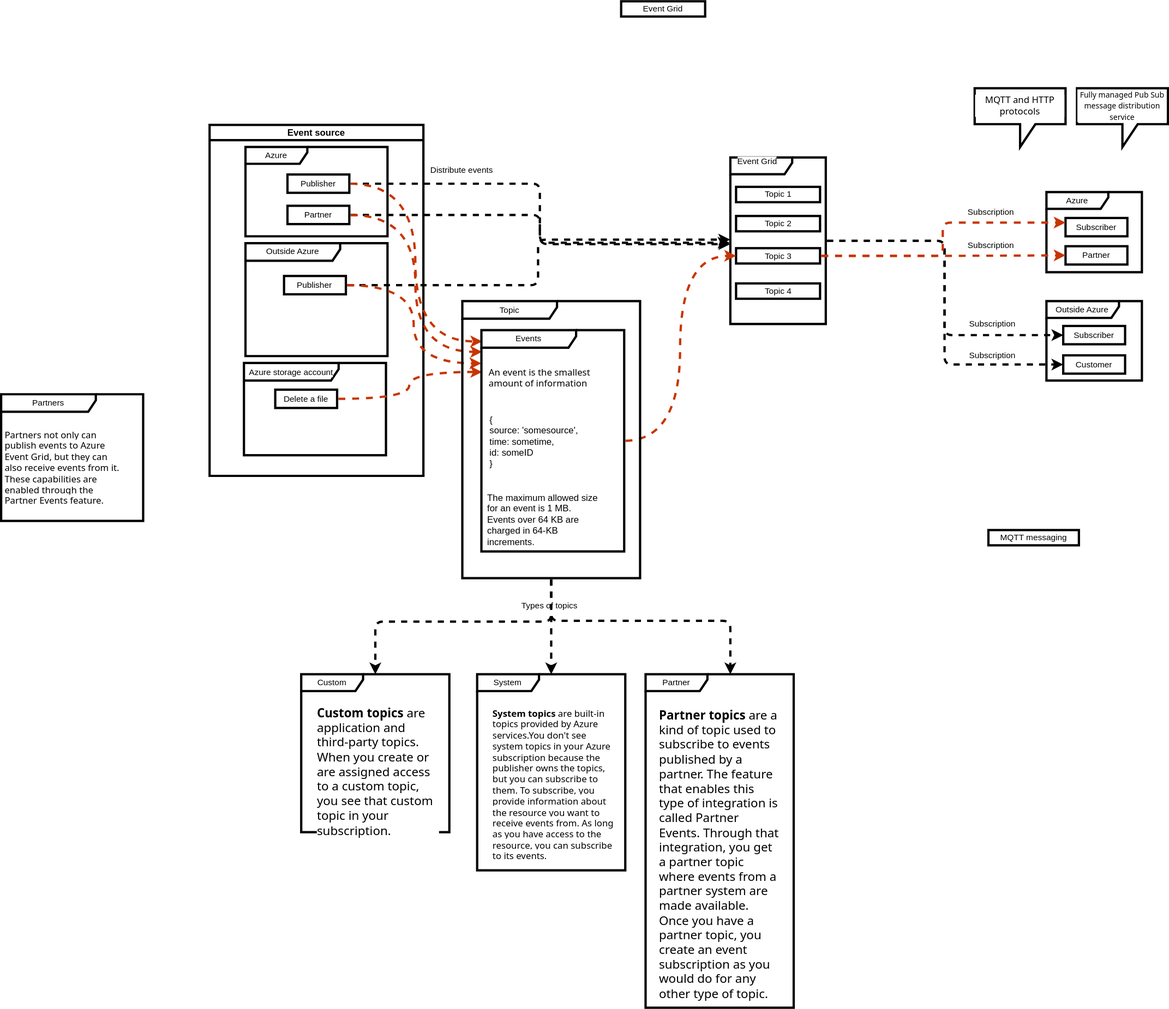
The draw.io diagram azure/fundamentals/event-grid.drawio.svg in sunnybharne/draw.io, before a commit. Source tidied: cells renumbered, new cells last; positions are measured from the earlier drawing's top-left corner, leaving out a move shared by most shapes.
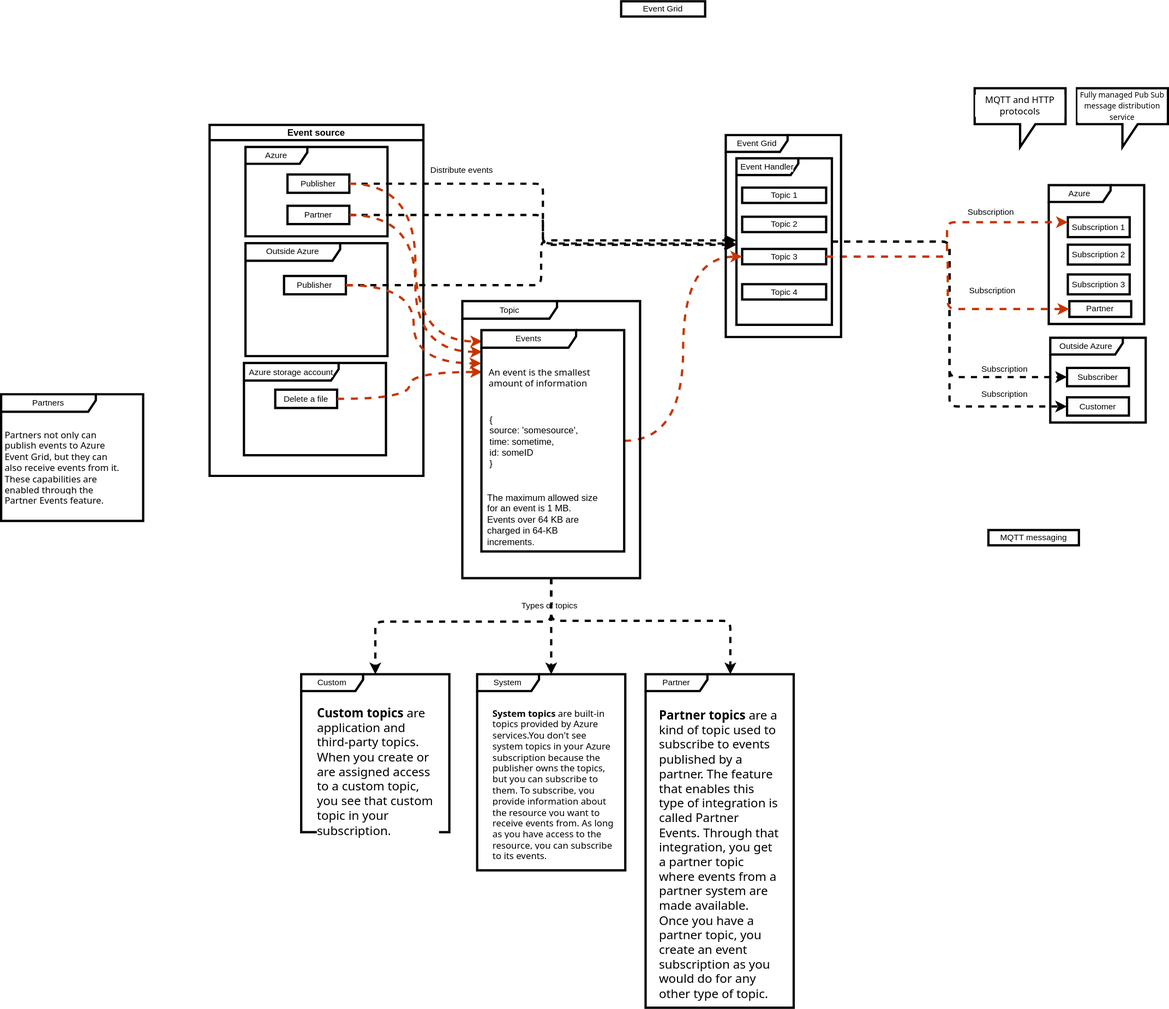
Later version of the same file.

The edit, as a diff of the source:
```diff
@@ -66,14 +66,11 @@
       <mxGeometry x="86" y="347" width="81" height="24" as="geometry" />
     </mxCell>
     <mxCell id="23" style="group;" parent="1" vertex="1">
-      <mxGeometry x="955" y="197" width="125" height="226" as="geometry" />
+      <mxGeometry x="963" y="198" width="125" height="226" as="geometry" />
     </mxCell>
-    <mxCell id="24" style="shape=umlFrame;whiteSpace=wrap;html=1;fontFamily=Helvetica;fontSize=11;fontColor=default;labelBackgroundColor=default;strokeWidth=3;width=81;height=22;" parent="23" vertex="1">
+    <mxCell id="24" value="Event Handler" style="shape=umlFrame;whiteSpace=wrap;html=1;fontFamily=Helvetica;fontSize=11;fontColor=default;labelBackgroundColor=default;strokeWidth=3;width=81;height=22;" parent="23" vertex="1">
       <mxGeometry y="7.7" width="125" height="218.3" as="geometry" />
     </mxCell>
-    <mxCell id="25" value="Event Grid" style="text;html=1;align=center;verticalAlign=middle;strokeColor=none;fillColor=none;fontFamily=Helvetica;fontSize=11;fontColor=default;labelBackgroundColor=default;" parent="23" vertex="1">
-      <mxGeometry width="70" height="25" as="geometry" />
-    </mxCell>
     <mxCell id="26" value="Topic 1" style="html=1;whiteSpace=wrap;fontFamily=Helvetica;fontSize=11;fontColor=default;labelBackgroundColor=default;strokeWidth=3;" parent="23" vertex="1">
       <mxGeometry x="7.5" y="46.2" width="110" height="20.1" as="geometry" />
     </mxCell>
@@ -87,22 +84,28 @@
       <mxGeometry x="7.5" y="172.8" width="110" height="20.1" as="geometry" />
     </mxCell>
     <mxCell id="30" style="group;" parent="1" vertex="1">
-      <mxGeometry x="1369" y="250" width="125" height="105" as="geometry" />
+      <mxGeometry x="1372" y="241" width="125" height="182" as="geometry" />
     </mxCell>
     <mxCell id="31" value="Azure" style="shape=umlFrame;whiteSpace=wrap;html=1;fontFamily=Helvetica;fontSize=11;fontColor=default;labelBackgroundColor=default;strokeWidth=3;width=81;height=22;" parent="30" vertex="1">
-      <mxGeometry width="125" height="105" as="geometry" />
+      <mxGeometry width="125" height="182" as="geometry" />
     </mxCell>
-    <mxCell id="32" value="Subscriber" style="rounded=0;whiteSpace=wrap;html=1;fontFamily=Helvetica;fontSize=11;fontColor=default;labelBackgroundColor=default;strokeWidth=3;" parent="30" vertex="1">
-      <mxGeometry x="25" y="34" width="81" height="24" as="geometry" />
+    <mxCell id="32" value="Subscription 1" style="rounded=0;whiteSpace=wrap;html=1;fontFamily=Helvetica;fontSize=11;fontColor=default;labelBackgroundColor=default;strokeWidth=3;" parent="30" vertex="1">
+      <mxGeometry x="25" y="42" width="81" height="26.1" as="geometry" />
     </mxCell>
     <mxCell id="33" value="Partner" style="rounded=0;whiteSpace=wrap;html=1;fontFamily=Helvetica;fontSize=11;fontColor=default;labelBackgroundColor=default;strokeWidth=3;" parent="30" vertex="1">
-      <mxGeometry x="25" y="71" width="81" height="24" as="geometry" />
+      <mxGeometry x="27" y="152" width="81" height="20.7" as="geometry" />
     </mxCell>
+    <mxCell id="67" value="Subscription 2" style="rounded=0;whiteSpace=wrap;html=1;fontFamily=Helvetica;fontSize=11;fontColor=default;labelBackgroundColor=default;strokeWidth=3;" parent="30" vertex="1">
+      <mxGeometry x="25" y="78" width="81" height="26.1" as="geometry" />
+    </mxCell>
+    <mxCell id="68" value="Subscription 3" style="rounded=0;whiteSpace=wrap;html=1;fontFamily=Helvetica;fontSize=11;fontColor=default;labelBackgroundColor=default;strokeWidth=3;" parent="30" vertex="1">
+      <mxGeometry x="25" y="117" width="81" height="26.1" as="geometry" />
+    </mxCell>
-    <mxCell id="34" style="group;" parent="1" vertex="1">
-      <mxGeometry x="1369" y="393" width="125" height="104" as="geometry" />
+    <mxCell id="34" value="&#10;&#10;&#10;" style="group;" parent="1" vertex="1">
+      <mxGeometry x="1374" y="448" width="125" height="104" as="geometry" />
     </mxCell>
     <mxCell id="35" value="Outside Azure" style="shape=umlFrame;whiteSpace=wrap;html=1;fontFamily=Helvetica;fontSize=11;fontColor=default;labelBackgroundColor=default;strokeWidth=3;width=95;height=22;" parent="34" vertex="1">
-      <mxGeometry width="125" height="104" as="geometry" />
+      <mxGeometry y="-7" width="125" height="111" as="geometry" />
     </mxCell>
     <mxCell id="36" value="Subscriber" style="rounded=0;whiteSpace=wrap;html=1;fontFamily=Helvetica;fontSize=11;fontColor=default;labelBackgroundColor=default;strokeWidth=3;" parent="34" vertex="1">
       <mxGeometry x="22" y="32.5" width="81" height="24" as="geometry" />
@@ -199,13 +202,19 @@
       <mxGeometry x="1256" y="263" width="79" height="25" as="geometry" />
     </mxCell>
     <mxCell id="64" value="Subscription" style="text;html=1;align=center;verticalAlign=middle;strokeColor=none;fillColor=none;fontFamily=Helvetica;fontSize=11;fontColor=default;labelBackgroundColor=default;" parent="1" vertex="1">
-      <mxGeometry x="1256" y="307" width="79" height="25" as="geometry" />
+      <mxGeometry x="1258" y="366" width="79" height="25" as="geometry" />
     </mxCell>
     <mxCell id="65" value="Subscription" style="text;html=1;align=center;verticalAlign=middle;strokeColor=none;fillColor=none;fontFamily=Helvetica;fontSize=11;fontColor=default;labelBackgroundColor=default;" parent="1" vertex="1">
-      <mxGeometry x="1258" y="410" width="79" height="25" as="geometry" />
+      <mxGeometry x="1274" y="469.5" width="79" height="25" as="geometry" />
     </mxCell>
     <mxCell id="66" value="Subscription" style="text;html=1;align=center;verticalAlign=middle;strokeColor=none;fillColor=none;fontFamily=Helvetica;fontSize=11;fontColor=default;labelBackgroundColor=default;" parent="1" vertex="1">
-      <mxGeometry x="1258" y="451" width="79" height="25" as="geometry" />
+      <mxGeometry x="1274" y="502.5" width="79" height="25" as="geometry" />
     </mxCell>
+    <mxCell id="69" style="group;" parent="1" vertex="1">
+      <mxGeometry x="949" y="166" width="151" height="274" as="geometry" />
+    </mxCell>
+    <mxCell id="25" value="Event Grid" style="shape=umlFrame;whiteSpace=wrap;html=1;fontFamily=Helvetica;fontSize=11;fontColor=default;labelBackgroundColor=default;strokeWidth=3;width=81;height=22;" parent="69" vertex="1">
+      <mxGeometry y="9.3" width="151" height="264.7" as="geometry" />
+    </mxCell>
   </root>
 </mxGraphModel>
```
